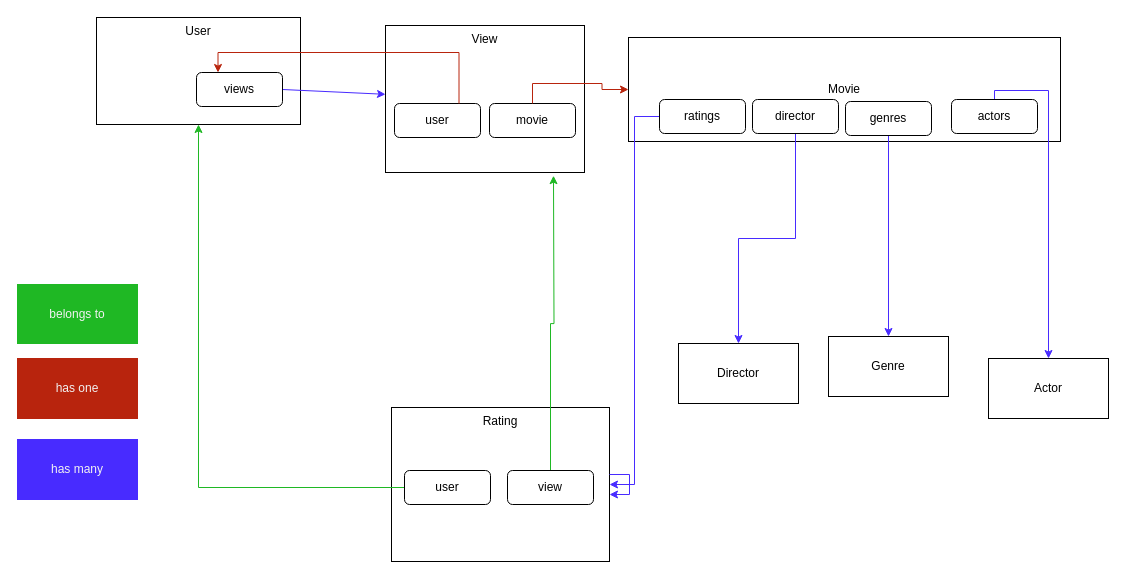
Earlier version of the draw.io diagram schema.drawio (CAMPUSCAMARAFP2021/proyecto_final_LucasGonzalvo). Source tidied: cells renumbered, new cells numbered last; positions are measured from the earlier drawing's top-left corner, leaving out a move shared by most shapes. Both pictures are drawn from the tidied source at 100%, with x=0, y=0 at pixel (17, 17).
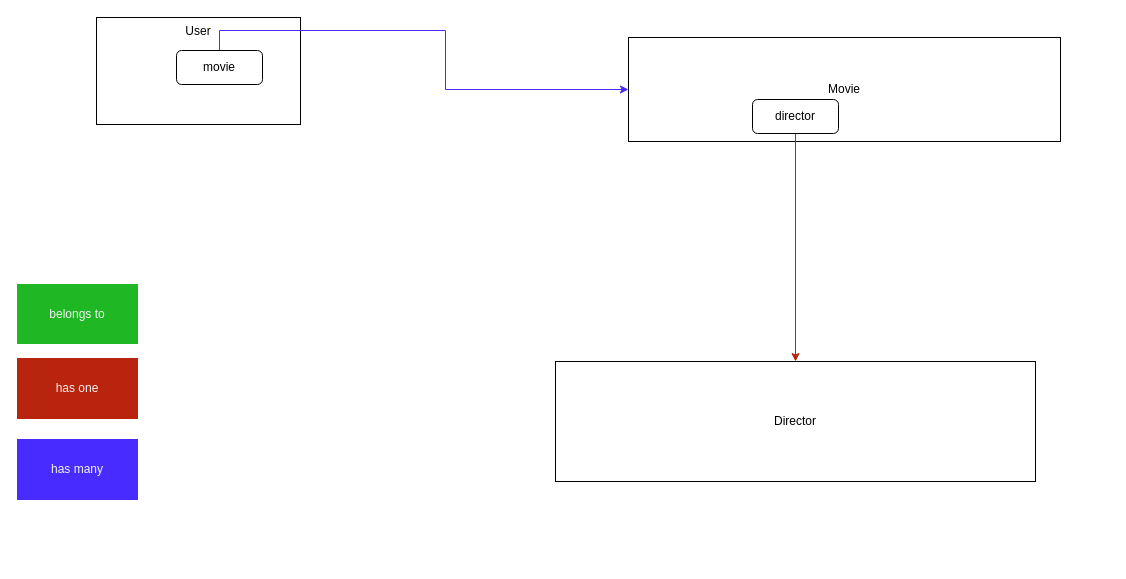
The same page after the edit.

The change refers to these unchanged cells:
```xml
<mxCell id="2" value="User" style="rounded=0;whiteSpace=wrap;html=1;verticalAlign=top;" parent="1" vertex="1">
  <mxGeometry x="79" width="204" height="107" as="geometry" />
</mxCell>
<mxCell id="3" value="Movie" style="rounded=0;whiteSpace=wrap;html=1;" parent="1" vertex="1">
  <mxGeometry x="611" y="20" width="432" height="104" as="geometry" />
</mxCell>
<mxCell id="28" value="director" style="rounded=1;whiteSpace=wrap;html=1;" parent="1" vertex="1">
  <mxGeometry x="735" y="82" width="86" height="34" as="geometry" />
</mxCell>
```

Diff of the diagram source:
```diff
@@
-    <mxCell id="4" value="Genre" style="rounded=0;whiteSpace=wrap;html=1;" parent="1" vertex="1">
-      <mxGeometry x="811" y="319" width="120" height="60" as="geometry" />
-    </mxCell>
-    <mxCell id="5" value="Actor" style="rounded=0;whiteSpace=wrap;html=1;" parent="1" vertex="1">
-      <mxGeometry x="971" y="341" width="120" height="60" as="geometry" />
-    </mxCell>
     <mxCell id="6" value="Director" style="rounded=0;whiteSpace=wrap;html=1;" parent="1" vertex="1">
-      <mxGeometry x="661" y="326" width="120" height="60" as="geometry" />
+      <mxGeometry x="538" y="344" width="480" height="120" as="geometry" />
     </mxCell>
-    <mxCell id="7" value="Rating" style="rounded=0;whiteSpace=wrap;html=1;horizontal=1;verticalAlign=top;" parent="1" vertex="1">
-      <mxGeometry x="374" y="390" width="218" height="154" as="geometry" />
-    </mxCell>
-    <mxCell id="8" style="endArrow=classic;html=1;rounded=0;strokeColor=#482BFF;exitX=1;exitY=0.5;exitDx=0;exitDy=0;" parent="1" edge="1" source="10" target="12">
-      <mxGeometry relative="1" as="geometry" />
-    </mxCell>
@@
-    <mxCell id="10" value="views" style="rounded=1;whiteSpace=wrap;html=1;" parent="1" vertex="1">
-      <mxGeometry x="179" y="55" width="86" height="34" as="geometry" />
-    </mxCell>
-    <mxCell id="11" style="group;" parent="1" vertex="1">
-      <mxGeometry x="368" y="8" width="199" height="147" as="geometry" />
-    </mxCell>
-    <mxCell id="12" value="View" style="rounded=0;whiteSpace=wrap;html=1;verticalAlign=top;" parent="11" vertex="1">
-      <mxGeometry width="199" height="147" as="geometry" />
-    </mxCell>
-    <mxCell id="13" value="user" style="rounded=1;whiteSpace=wrap;html=1;" parent="11" vertex="1">
-      <mxGeometry x="9" y="78" width="86" height="34" as="geometry" />
-    </mxCell>
-    <mxCell id="14" value="movie" style="rounded=1;whiteSpace=wrap;html=1;" parent="11" vertex="1">
-      <mxGeometry x="104" y="78" width="86" height="34" as="geometry" />
-    </mxCell>
@@
-    <mxCell id="17" style="edgeStyle=orthogonalEdgeStyle;rounded=0;jettySize=auto;html=1;exitX=0.5;exitY=0;exitDx=0;exitDy=0;fontColor=#F2F2F2;strokeColor=#B8240D;" parent="1" edge="1" source="14" target="3">
+    <mxCell id="17" style="edgeStyle=orthogonalEdgeStyle;rounded=0;jettySize=auto;html=1;exitX=0.5;exitY=0;exitDx=0;exitDy=0;fontColor=#F2F2F2;strokeColor=#482BFF;" parent="1" edge="1" source="14" target="3">
       <mxGeometry relative="1" as="geometry" />
     </mxCell>
-    <mxCell id="18" style="edgeStyle=orthogonalEdgeStyle;rounded=0;jettySize=auto;html=1;exitX=0.75;exitY=0;exitDx=0;exitDy=0;entryX=0.25;entryY=0;entryDx=0;entryDy=0;fontColor=#F2F2F2;strokeColor=#B8240D;" parent="1" edge="1" source="13" target="10">
-      <mxGeometry relative="1" as="geometry" />
-    </mxCell>
-    <mxCell id="19" style="edgeStyle=orthogonalEdgeStyle;rounded=0;jettySize=auto;html=1;fontColor=#F2F2F2;strokeColor=#1FB824;" parent="1" edge="1" source="20" target="2">
-      <mxGeometry relative="1" as="geometry" />
-    </mxCell>
-    <mxCell id="20" value="user" style="rounded=1;whiteSpace=wrap;html=1;" parent="1" vertex="1">
-      <mxGeometry x="387" y="453" width="86" height="34" as="geometry" />
-    </mxCell>
-    <mxCell id="21" style="edgeStyle=orthogonalEdgeStyle;rounded=0;jettySize=auto;html=1;fontColor=#F2F2F2;strokeColor=#1FB824;" parent="1" edge="1" source="22">
-      <mxGeometry relative="1" as="geometry">
-        <mxPoint x="536" y="158.2" as="targetPoint" />
-      </mxGeometry>
-    </mxCell>
-    <mxCell id="22" value="view" style="rounded=1;whiteSpace=wrap;html=1;" parent="1" vertex="1">
-      <mxGeometry x="490" y="453" width="86" height="34" as="geometry" />
-    </mxCell>
-    <mxCell id="23" style="edgeStyle=orthogonalEdgeStyle;rounded=0;jettySize=auto;html=1;entryX=1;entryY=0.5;entryDx=0;entryDy=0;fontColor=#F2F2F2;strokeColor=#482BFF;" parent="1" edge="1" source="24" target="7">
-      <mxGeometry relative="1" as="geometry" />
-    </mxCell>
-    <mxCell id="24" value="ratings" style="rounded=1;whiteSpace=wrap;html=1;" parent="1" vertex="1">
-      <mxGeometry x="642" y="82" width="86" height="34" as="geometry" />
-    </mxCell>
-    <mxCell id="25" style="edgeStyle=orthogonalEdgeStyle;rounded=0;jettySize=auto;html=1;entryX=0.5;entryY=0;entryDx=0;entryDy=0;fontColor=#F2F2F2;strokeColor=#482BFF;" parent="1" edge="1" source="26" target="4">
-      <mxGeometry relative="1" as="geometry" />
-    </mxCell>
-    <mxCell id="26" value="genres" style="rounded=1;whiteSpace=wrap;html=1;" parent="1" vertex="1">
-      <mxGeometry x="828" y="84" width="86" height="34" as="geometry" />
-    </mxCell>
-    <mxCell id="27" style="edgeStyle=orthogonalEdgeStyle;rounded=0;jettySize=auto;html=1;fontColor=#F2F2F2;strokeColor=#482BFF;" parent="1" edge="1" source="28" target="6">
+    <mxCell id="27" style="edgeStyle=orthogonalEdgeStyle;rounded=0;jettySize=auto;html=1;fontColor=#F2F2F2;strokeColor=#B8240D;" parent="1" edge="1" source="28" target="6">
       <mxGeometry relative="1" as="geometry" />
     </mxCell>
@@
-    <mxCell id="29" style="edgeStyle=orthogonalEdgeStyle;rounded=0;jettySize=auto;html=1;exitX=0.5;exitY=1;exitDx=0;exitDy=0;fontColor=#F2F2F2;strokeColor=#482BFF;" parent="1" edge="1" source="30" target="5">
-      <mxGeometry relative="1" as="geometry">
-        <Array as="points">
-          <mxPoint x="977" y="73" />
-          <mxPoint x="1031" y="73" />
-        </Array>
-      </mxGeometry>
-    </mxCell>
-    <mxCell id="30" value="actors" style="rounded=1;whiteSpace=wrap;html=1;" parent="1" vertex="1">
-      <mxGeometry x="934" y="82" width="86" height="34" as="geometry" />
-    </mxCell>
-    <mxCell id="31" style="edgeStyle=orthogonalEdgeStyle;rounded=0;orthogonalLoop=1;jettySize=auto;html=1;fontColor=#F2F2F2;strokeColor=#482BFF;" parent="1" edge="1" source="7" target="7">
-      <mxGeometry relative="1" as="geometry" />
-    </mxCell>
+    <mxCell id="14" value="movie" style="rounded=1;whiteSpace=wrap;html=1;" parent="1" vertex="1">
+      <mxGeometry x="159" y="33" width="86" height="34" as="geometry" />
+    </mxCell>
```
